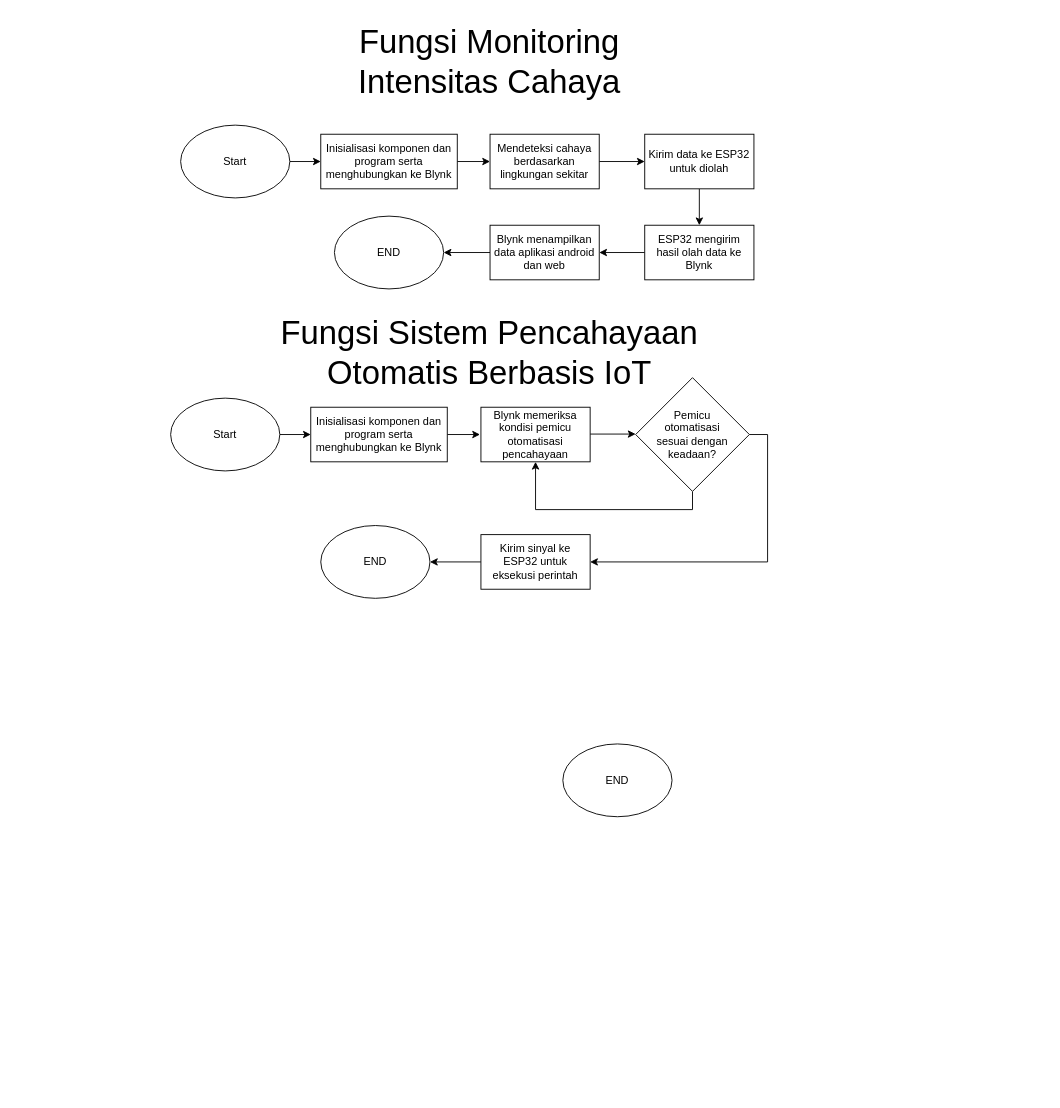
Earlier version of the draw.io diagram Diagram Tanpa Judul.drawio (RafiFebrianA/IOT). Source tidied: cells renumbered, new cells numbered last; positions are measured from the earlier drawing's top-left corner, leaving out a move shared by most shapes. Both pictures are drawn from the tidied source at 91%, with x=0, y=0 at pixel (170, 15).
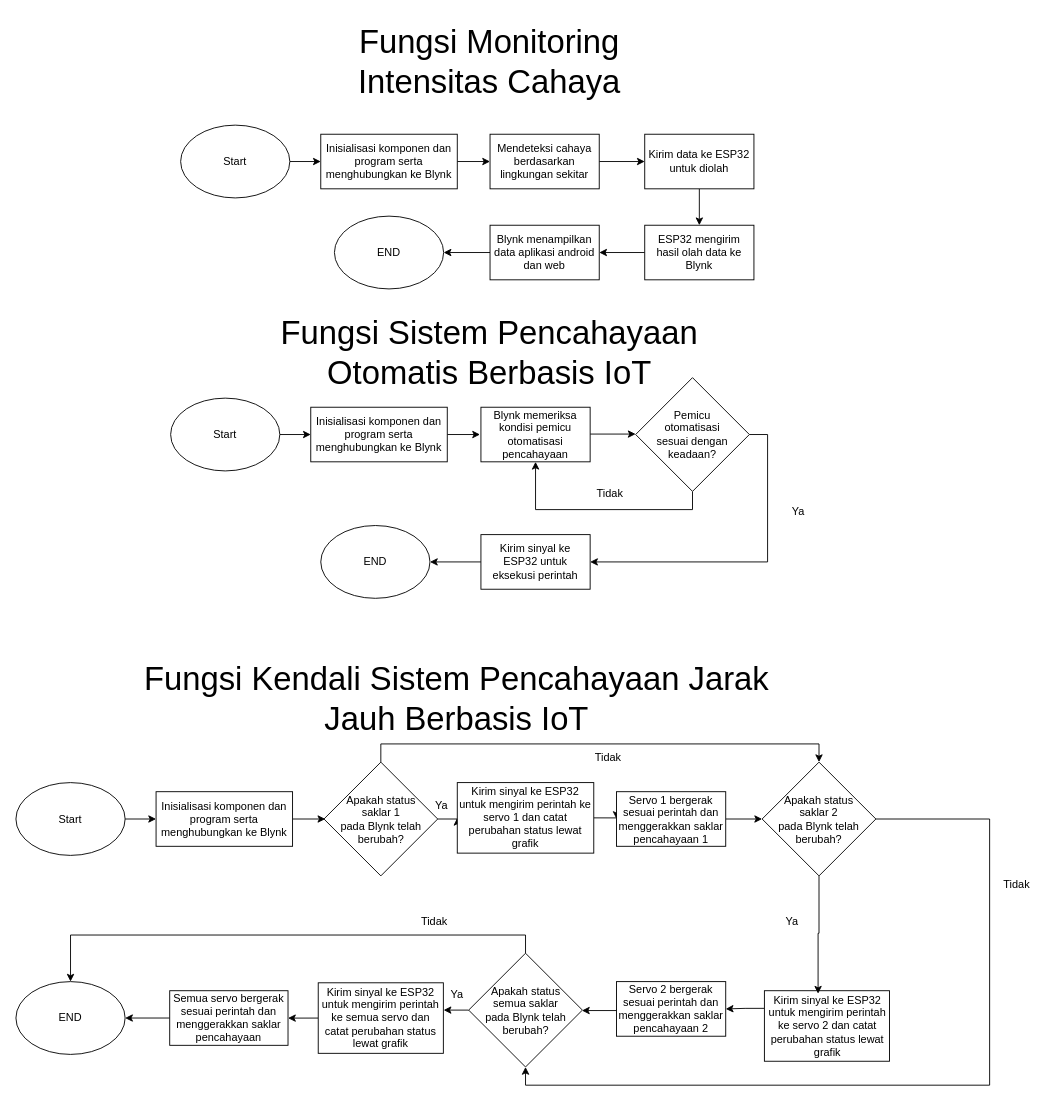
After the change.

The edit, as a diff of the source:
```diff
@@
-    <mxCell id="22" value="END" style="ellipse;whiteSpace=wrap;html=1;" parent="1" vertex="1">
-      <mxGeometry x="431" y="800" width="120" height="80" as="geometry" />
-    </mxCell>
@@
+    <mxCell id="30" style="edgeStyle=orthogonalEdgeStyle;rounded=0;jettySize=auto;html=1;exitX=1;exitY=0.5;exitDx=0;exitDy=0;entryX=0;entryY=0.5;entryDx=0;entryDy=0;" parent="1" edge="1" source="31" target="33">
+      <mxGeometry relative="1" as="geometry" />
+    </mxCell>
+    <mxCell id="31" value="Start" style="ellipse;whiteSpace=wrap;html=1;" parent="1" vertex="1">
+      <mxGeometry x="-170" y="842.5" width="120" height="80" as="geometry" />
+    </mxCell>
+    <mxCell id="32" style="edgeStyle=orthogonalEdgeStyle;rounded=0;jettySize=auto;html=1;exitX=1;exitY=0.5;exitDx=0;exitDy=0;entryX=0;entryY=0.5;entryDx=0;entryDy=0;" parent="1" edge="1" source="33">
+      <mxGeometry relative="1" as="geometry">
+        <mxPoint x="170" y="882.5" as="targetPoint" />
+      </mxGeometry>
+    </mxCell>
+    <mxCell id="33" value="Inisialisasi komponen dan program serta menghubungkan ke Blynk" style="rounded=0;whiteSpace=wrap;html=1;" parent="1" vertex="1">
+      <mxGeometry x="-16" y="852.5" width="150" height="60" as="geometry" />
+    </mxCell>
+    <mxCell id="34" style="edgeStyle=orthogonalEdgeStyle;rounded=0;jettySize=auto;html=1;exitX=0.5;exitY=0;exitDx=0;exitDy=0;entryX=0.5;entryY=0;entryDx=0;entryDy=0;" parent="1" edge="1" source="36" target="43">
+      <mxGeometry relative="1" as="geometry" />
+    </mxCell>
+    <mxCell id="35" style="edgeStyle=orthogonalEdgeStyle;rounded=0;jettySize=auto;html=1;exitX=1;exitY=0.5;exitDx=0;exitDy=0;entryX=0;entryY=0.5;entryDx=0;entryDy=0;" parent="1" edge="1" source="36" target="38">
+      <mxGeometry relative="1" as="geometry" />
+    </mxCell>
+    <mxCell id="36" value="Apakah status&lt;br&gt;saklar 1&lt;br&gt;pada Blynk telah&lt;br&gt;berubah?" style="rhombus;whiteSpace=wrap;html=1;" parent="1" vertex="1">
+      <mxGeometry x="168.5" y="820" width="125" height="125" as="geometry" />
+    </mxCell>
+    <mxCell id="37" style="edgeStyle=orthogonalEdgeStyle;rounded=0;jettySize=auto;html=1;exitX=1;exitY=0.5;exitDx=0;exitDy=0;entryX=0;entryY=0.5;entryDx=0;entryDy=0;" parent="1" edge="1" source="38" target="41">
+      <mxGeometry relative="1" as="geometry" />
+    </mxCell>
+    <mxCell id="38" value="Kirim sinyal ke ESP32 untuk mengirim perintah ke servo 1 dan catat perubahan status lewat grafik" style="rounded=0;whiteSpace=wrap;html=1;" parent="1" vertex="1">
+      <mxGeometry x="315" y="842.5" width="150" height="77.5" as="geometry" />
+    </mxCell>
+    <mxCell id="22" value="END" style="ellipse;whiteSpace=wrap;html=1;" parent="1" vertex="1">
+      <mxGeometry x="-170" y="1061.2" width="120" height="80" as="geometry" />
+    </mxCell>
+    <mxCell id="39" value="&lt;font style=&quot;font-size: 36px;&quot;&gt;Fungsi Kendali Sistem Pencahayaan Jarak Jauh Berbasis IoT&lt;/font&gt;" style="text;html=1;strokeColor=none;fillColor=none;align=center;verticalAlign=middle;whiteSpace=wrap;rounded=0;" parent="1" vertex="1">
+      <mxGeometry x="-51" y="700" width="731" height="100" as="geometry" />
+    </mxCell>
+    <mxCell id="40" style="edgeStyle=orthogonalEdgeStyle;rounded=0;jettySize=auto;html=1;exitX=1;exitY=0.5;exitDx=0;exitDy=0;entryX=0;entryY=0.5;entryDx=0;entryDy=0;" parent="1" edge="1" source="41" target="43">
+      <mxGeometry relative="1" as="geometry" />
+    </mxCell>
+    <mxCell id="41" value="Servo 1 bergerak sesuai perintah dan menggerakkan saklar pencahayaan 1" style="rounded=0;whiteSpace=wrap;html=1;" parent="1" vertex="1">
+      <mxGeometry x="490" y="852.5" width="120" height="60" as="geometry" />
+    </mxCell>
+    <mxCell id="42" style="edgeStyle=orthogonalEdgeStyle;rounded=0;jettySize=auto;html=1;exitX=1;exitY=0.5;exitDx=0;exitDy=0;entryX=0.5;entryY=1;entryDx=0;entryDy=0;" parent="1" edge="1" source="43" target="50">
+      <mxGeometry relative="1" as="geometry">
+        <Array as="points">
+          <mxPoint x="900" y="883" />
+          <mxPoint x="900" y="1175" />
+          <mxPoint x="390" y="1175" />
+        </Array>
+      </mxGeometry>
+    </mxCell>
+    <mxCell id="43" value="Apakah status&lt;br&gt;saklar 2&lt;br&gt;pada Blynk telah&lt;br&gt;berubah?" style="rhombus;whiteSpace=wrap;html=1;" parent="1" vertex="1">
+      <mxGeometry x="650" y="820" width="125" height="125" as="geometry" />
+    </mxCell>
+    <mxCell id="44" style="edgeStyle=orthogonalEdgeStyle;rounded=0;jettySize=auto;html=1;exitX=0;exitY=0.25;exitDx=0;exitDy=0;entryX=1;entryY=0.5;entryDx=0;entryDy=0;" parent="1" edge="1" source="45" target="47">
+      <mxGeometry relative="1" as="geometry" />
+    </mxCell>
+    <mxCell id="45" value="Kirim sinyal ke ESP32 untuk mengirim perintah ke servo 2 dan catat perubahan status lewat grafik" style="rounded=0;whiteSpace=wrap;html=1;" parent="1" vertex="1">
+      <mxGeometry x="652.5" y="1071.2" width="137.5" height="77.5" as="geometry" />
+    </mxCell>
+    <mxCell id="46" style="edgeStyle=orthogonalEdgeStyle;rounded=0;jettySize=auto;html=1;exitX=0;exitY=0.5;exitDx=0;exitDy=0;" parent="1" edge="1" source="47" target="50">
+      <mxGeometry relative="1" as="geometry">
+        <Array as="points">
+          <mxPoint x="490" y="1093" />
+        </Array>
+      </mxGeometry>
+    </mxCell>
+    <mxCell id="47" value="Servo 2 bergerak sesuai perintah dan menggerakkan saklar pencahayaan 2" style="rounded=0;whiteSpace=wrap;html=1;" parent="1" vertex="1">
+      <mxGeometry x="490" y="1061.2" width="120" height="60" as="geometry" />
+    </mxCell>
+    <mxCell id="48" style="edgeStyle=orthogonalEdgeStyle;rounded=0;jettySize=auto;html=1;exitX=0;exitY=0.5;exitDx=0;exitDy=0;" parent="1" edge="1" source="50">
+      <mxGeometry relative="1" as="geometry">
+        <mxPoint x="300" y="1092.4" as="targetPoint" />
+      </mxGeometry>
+    </mxCell>
+    <mxCell id="49" style="edgeStyle=orthogonalEdgeStyle;rounded=0;jettySize=auto;html=1;exitX=0.5;exitY=0;exitDx=0;exitDy=0;entryX=0.5;entryY=0;entryDx=0;entryDy=0;" parent="1" edge="1" source="50" target="22">
+      <mxGeometry relative="1" as="geometry" />
+    </mxCell>
+    <mxCell id="50" value="Apakah status&lt;br&gt;semua saklar&lt;br&gt;pada Blynk telah&lt;br&gt;berubah?" style="rhombus;whiteSpace=wrap;html=1;" parent="1" vertex="1">
+      <mxGeometry x="327.5" y="1030" width="125" height="125" as="geometry" />
+    </mxCell>
+    <mxCell id="51" style="edgeStyle=orthogonalEdgeStyle;rounded=0;jettySize=auto;html=1;exitX=0;exitY=0.5;exitDx=0;exitDy=0;entryX=1;entryY=0.5;entryDx=0;entryDy=0;" parent="1" edge="1" source="52" target="54">
+      <mxGeometry relative="1" as="geometry" />
+    </mxCell>
+    <mxCell id="52" value="Kirim sinyal ke ESP32 untuk mengirim perintah ke semua servo dan catat perubahan status lewat grafik" style="rounded=0;whiteSpace=wrap;html=1;" parent="1" vertex="1">
+      <mxGeometry x="162.2" y="1062.5" width="137.5" height="77.5" as="geometry" />
+    </mxCell>
+    <mxCell id="53" style="edgeStyle=orthogonalEdgeStyle;rounded=0;jettySize=auto;html=1;exitX=0;exitY=0.5;exitDx=0;exitDy=0;entryX=1;entryY=0.5;entryDx=0;entryDy=0;" parent="1" edge="1" source="54" target="22">
+      <mxGeometry relative="1" as="geometry" />
+    </mxCell>
+    <mxCell id="54" value="Semua servo bergerak sesuai perintah dan menggerakkan saklar pencahayaan" style="rounded=0;whiteSpace=wrap;html=1;" parent="1" vertex="1">
+      <mxGeometry x="-1" y="1071.2" width="130" height="60" as="geometry" />
+    </mxCell>
+    <mxCell id="55" style="edgeStyle=orthogonalEdgeStyle;rounded=0;jettySize=auto;html=1;exitX=0.5;exitY=1;exitDx=0;exitDy=0;entryX=0.429;entryY=0.042;entryDx=0;entryDy=0;entryPerimeter=0;" parent="1" edge="1" source="43" target="45">
+      <mxGeometry relative="1" as="geometry" />
+    </mxCell>
+    <mxCell id="56" value="Ya" style="text;html=1;strokeColor=none;fillColor=none;align=center;verticalAlign=middle;whiteSpace=wrap;rounded=0;" parent="1" vertex="1">
+      <mxGeometry x="660" y="530" width="60" height="30" as="geometry" />
+    </mxCell>
+    <mxCell id="57" value="Tidak" style="text;html=1;strokeColor=none;fillColor=none;align=center;verticalAlign=middle;whiteSpace=wrap;rounded=0;" parent="1" vertex="1">
+      <mxGeometry x="452.5" y="510" width="60" height="30" as="geometry" />
+    </mxCell>
+    <mxCell id="58" value="Ya" style="text;html=1;strokeColor=none;fillColor=none;align=center;verticalAlign=middle;whiteSpace=wrap;rounded=0;" parent="1" vertex="1">
+      <mxGeometry x="267.5" y="852.5" width="60" height="30" as="geometry" />
+    </mxCell>
+    <mxCell id="59" value="Tidak" style="text;html=1;strokeColor=none;fillColor=none;align=center;verticalAlign=middle;whiteSpace=wrap;rounded=0;" parent="1" vertex="1">
+      <mxGeometry x="451" y="800" width="60" height="30" as="geometry" />
+    </mxCell>
+    <mxCell id="60" value="Tidak" style="text;html=1;strokeColor=none;fillColor=none;align=center;verticalAlign=middle;whiteSpace=wrap;rounded=0;" parent="1" vertex="1">
+      <mxGeometry x="900" y="940" width="60" height="30" as="geometry" />
+    </mxCell>
+    <mxCell id="61" value="Tidak" style="text;html=1;strokeColor=none;fillColor=none;align=center;verticalAlign=middle;whiteSpace=wrap;rounded=0;" parent="1" vertex="1">
+      <mxGeometry x="260" y="980" width="60" height="30" as="geometry" />
+    </mxCell>
+    <mxCell id="62" value="Ya" style="text;html=1;strokeColor=none;fillColor=none;align=center;verticalAlign=middle;whiteSpace=wrap;rounded=0;" parent="1" vertex="1">
+      <mxGeometry x="652.5" y="980" width="60" height="30" as="geometry" />
+    </mxCell>
+    <mxCell id="63" value="Ya" style="text;html=1;strokeColor=none;fillColor=none;align=center;verticalAlign=middle;whiteSpace=wrap;rounded=0;" parent="1" vertex="1">
+      <mxGeometry x="285" y="1061.2" width="60" height="30" as="geometry" />
+    </mxCell>
```
